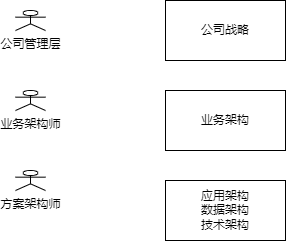
This is doc/business_architect.png from suibianlx/business_architect, a draw.io export, as it was before one commit. Source tidied: cells renumbered, new cells last; positions are measured from the earlier drawing's top-left corner, leaving out a move shared by most shapes.
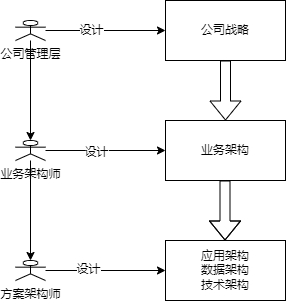
Above is the later version.

Diff of the diagram source:
```diff
@@ -2,23 +2,59 @@
   <root>
     <mxCell id="0" />
     <mxCell id="1" parent="0" />
+    <mxCell id="8" style="edgeStyle=orthogonalEdgeStyle;rounded=0;jettySize=auto;html=1;entryX=0;entryY=0.5;entryDx=0;entryDy=0;" parent="1" edge="1" source="2" target="5">
+      <mxGeometry relative="1" as="geometry" />
+    </mxCell>
+    <mxCell id="9" value="设计" style="edgeLabel;html=1;align=center;verticalAlign=middle;" parent="8" vertex="1">
+      <mxGeometry x="-0.25" y="1" relative="1" as="geometry" />
+    </mxCell>
+    <mxCell id="10" style="edgeStyle=orthogonalEdgeStyle;rounded=0;jettySize=auto;html=1;entryX=0.5;entryY=0;entryDx=0;entryDy=0;entryPerimeter=0;" parent="1" edge="1" source="2" target="3">
+      <mxGeometry relative="1" as="geometry" />
+    </mxCell>
     <mxCell id="2" value="公司管理层" style="shape=umlActor;verticalLabelPosition=bottom;verticalAlign=top;html=1;outlineConnect=0;" parent="1" vertex="1">
-      <mxGeometry y="10" width="30" height="20" as="geometry" />
+      <mxGeometry y="20" width="30" height="20" as="geometry" />
     </mxCell>
+    <mxCell id="11" style="edgeStyle=orthogonalEdgeStyle;rounded=0;jettySize=auto;html=1;" parent="1" edge="1" source="3" target="6">
+      <mxGeometry relative="1" as="geometry" />
+    </mxCell>
+    <mxCell id="12" value="设计" style="edgeLabel;html=1;align=center;verticalAlign=middle;" parent="11" vertex="1">
+      <mxGeometry x="-0.17" y="-1" relative="1" as="geometry" />
+    </mxCell>
+    <mxCell id="13" style="edgeStyle=orthogonalEdgeStyle;rounded=0;jettySize=auto;html=1;entryX=0.5;entryY=0;entryDx=0;entryDy=0;entryPerimeter=0;" parent="1" edge="1" source="3" target="4">
+      <mxGeometry relative="1" as="geometry" />
+    </mxCell>
     <mxCell id="3" value="业务架构师" style="shape=umlActor;verticalLabelPosition=bottom;verticalAlign=top;html=1;outlineConnect=0;" parent="1" vertex="1">
-      <mxGeometry y="90" width="30" height="20" as="geometry" />
+      <mxGeometry y="140" width="30" height="20" as="geometry" />
     </mxCell>
+    <mxCell id="14" style="edgeStyle=orthogonalEdgeStyle;rounded=0;jettySize=auto;html=1;entryX=0;entryY=0.5;entryDx=0;entryDy=0;" parent="1" edge="1" source="4" target="7">
+      <mxGeometry relative="1" as="geometry" />
+    </mxCell>
+    <mxCell id="15" value="设计" style="edgeLabel;html=1;align=center;verticalAlign=middle;" parent="14" vertex="1">
+      <mxGeometry x="-0.3" y="2" relative="1" as="geometry" />
+    </mxCell>
     <mxCell id="4" value="方案架构师" style="shape=umlActor;verticalLabelPosition=bottom;verticalAlign=top;html=1;outlineConnect=0;" parent="1" vertex="1">
-      <mxGeometry y="170" width="30" height="20" as="geometry" />
+      <mxGeometry y="260" width="30" height="20" as="geometry" />
     </mxCell>
     <mxCell id="5" value="公司战略" style="rounded=1;whiteSpace=wrap;html=1;arcSize=0;" parent="1" vertex="1">
       <mxGeometry x="150" width="120" height="60" as="geometry" />
     </mxCell>
     <mxCell id="6" value="业务架构" style="rounded=1;whiteSpace=wrap;html=1;arcSize=0;" parent="1" vertex="1">
-      <mxGeometry x="150" y="90" width="120" height="60" as="geometry" />
+      <mxGeometry x="150" y="120" width="120" height="60" as="geometry" />
     </mxCell>
     <mxCell id="7" value="应用架构&lt;br&gt;数据架构&lt;br&gt;技术架构" style="rounded=1;whiteSpace=wrap;html=1;arcSize=0;" parent="1" vertex="1">
-      <mxGeometry x="150" y="180" width="120" height="60" as="geometry" />
+      <mxGeometry x="150" y="240" width="120" height="60" as="geometry" />
     </mxCell>
+    <mxCell id="16" style="shape=flexArrow;endArrow=classic;html=1;rounded=0;entryX=0.5;entryY=0;entryDx=0;entryDy=0;" parent="1" edge="1" source="5" target="6">
+      <mxGeometry relative="1" as="geometry" />
+    </mxCell>
+    <mxCell id="17" style="shape=flexArrow;endArrow=classic;html=1;rounded=0;entryX=0.5;entryY=0;entryDx=0;entryDy=0;" parent="1" edge="1">
+      <mxGeometry relative="1" as="geometry">
+        <mxPoint x="209.5" y="180" as="sourcePoint" />
+        <mxPoint x="209.5" y="240" as="targetPoint" />
+        <Array as="points">
+          <mxPoint x="209.5" y="260" />
+        </Array>
+      </mxGeometry>
+    </mxCell>
   </root>
 </mxGraphModel>
```
